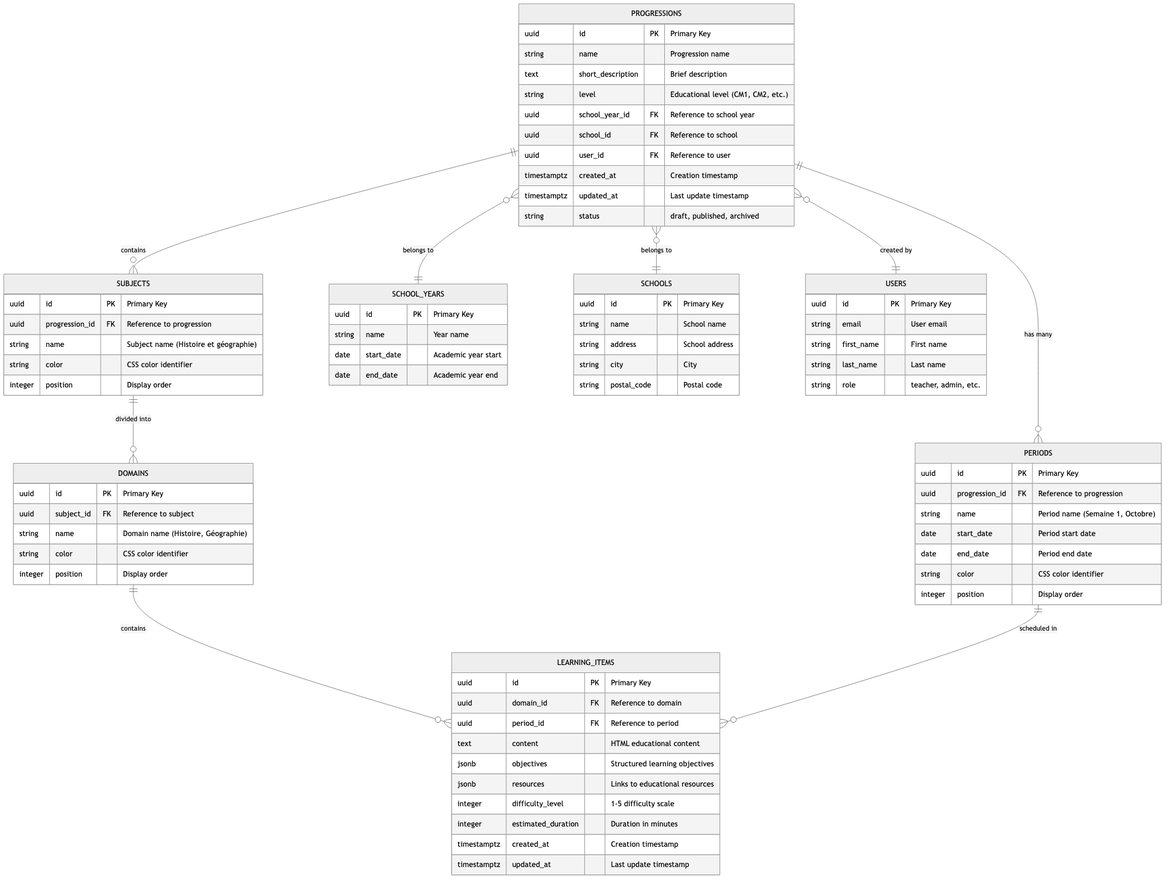
Above: docs/diagrams/png/01-database-erd.png in ghermet/teetsh-progression (Mermaid), before the change. Its source is kept beside it as docs/diagrams/01-database-erd.mmd.
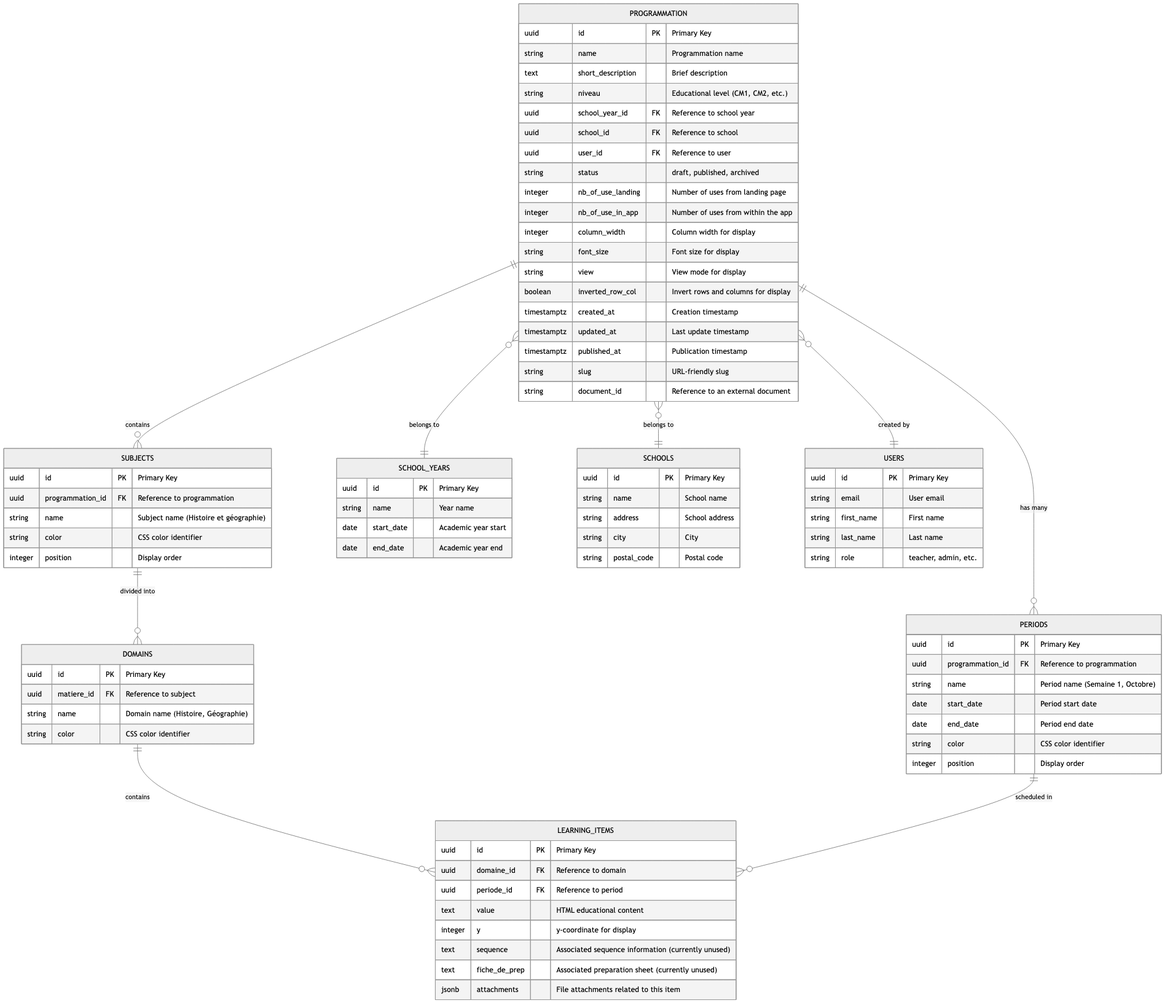
Above is the later version.

What changed in the source:
```diff
@@ -1,20 +1,29 @@
 erDiagram
-    PROGRESSIONS {
+    PROGRAMMATION {
         uuid id PK "Primary Key"
-        string name "Progression name"
+        string name "Programmation name"
         text short_description "Brief description"
-        string level "Educational level (CM1, CM2, etc.)"
+        string niveau "Educational level (CM1, CM2, etc.)"
         uuid school_year_id FK "Reference to school year"
         uuid school_id FK "Reference to school"
         uuid user_id FK "Reference to user"
+        string status "draft, published, archived"
+        integer nb_of_use_landing "Number of uses from landing page"
+        integer nb_of_use_in_app "Number of uses from within the app"
+        integer column_width "Column width for display"
+        string font_size "Font size for display"
+        string view "View mode for display"
+        boolean inverted_row_col "Invert rows and columns for display"
         timestamptz created_at "Creation timestamp"
         timestamptz updated_at "Last update timestamp"
-        string status "draft, published, archived"
+        timestamptz published_at "Publication timestamp"
+        string slug "URL-friendly slug"
+        string document_id "Reference to an external document"
     }
 
     PERIODS {
         uuid id PK "Primary Key"
-        uuid progression_id FK "Reference to progression"
+        uuid programmation_id FK "Reference to programmation"
         string name "Period name (Semaine 1, Octobre)"
         date start_date "Period start date"
         date end_date "Period end date"
@@ -24,7 +33,7 @@
 
     SUBJECTS {
         uuid id PK "Primary Key"
-        uuid progression_id FK "Reference to progression"
+        uuid programmation_id FK "Reference to programmation"
         string name "Subject name (Histoire et géographie)"
         string color "CSS color identifier"
         integer position "Display order"
@@ -32,23 +41,20 @@
 
     DOMAINS {
         uuid id PK "Primary Key"
-        uuid subject_id FK "Reference to subject"
+        uuid matiere_id FK "Reference to subject"
         string name "Domain name (Histoire, Géographie)"
         string color "CSS color identifier"
-        integer position "Display order"
     }
 
     LEARNING_ITEMS {
         uuid id PK "Primary Key"
-        uuid domain_id FK "Reference to domain"
-        uuid period_id FK "Reference to period"
-        text content "HTML educational content"
-        jsonb objectives "Structured learning objectives"
-        jsonb resources "Links to educational resources"
-        integer difficulty_level "1-5 difficulty scale"
-        integer estimated_duration "Duration in minutes"
-        timestamptz created_at "Creation timestamp"
-        timestamptz updated_at "Last update timestamp"
+        uuid domaine_id FK "Reference to domain"
+        uuid periode_id FK "Reference to period"
+        text value "HTML educational content"
+        integer y "y-coordinate for display"
+        text sequence "Associated sequence information (currently unused)"
+        text fiche_de_prep "Associated preparation sheet (currently unused)"
+        jsonb attachments "File attachments related to this item"
     }
 
     SCHOOL_YEARS {
@@ -74,11 +80,11 @@
         string role "teacher, admin, etc."
     }
 
-    PROGRESSIONS ||--o{ PERIODS : "has many"
-    PROGRESSIONS ||--o{ SUBJECTS : "contains"
-    PROGRESSIONS }o--|| SCHOOL_YEARS : "belongs to"
-    PROGRESSIONS }o--|| SCHOOLS : "belongs to"
-    PROGRESSIONS }o--|| USERS : "created by"
+    PROGRAMMATION ||--o{ PERIODS : "has many"
+    PROGRAMMATION ||--o{ SUBJECTS : "contains"
+    PROGRAMMATION }o--|| SCHOOL_YEARS : "belongs to"
+    PROGRAMMATION }o--|| SCHOOLS : "belongs to"
+    PROGRAMMATION }o--|| USERS : "created by"
 
     SUBJECTS ||--o{ DOMAINS : "divided into"
     DOMAINS ||--o{ LEARNING_ITEMS : "contains"
```
